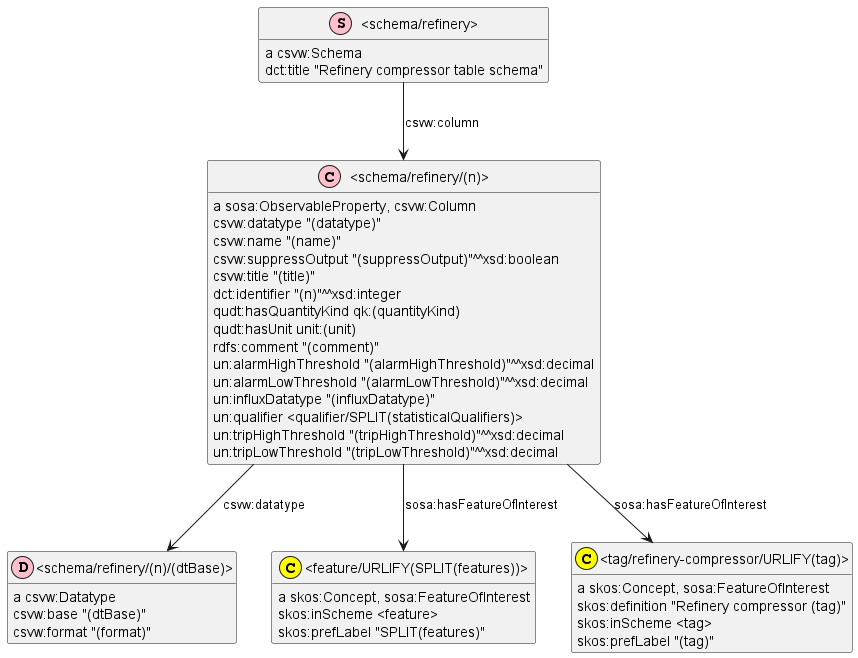
Before: schema-refinery.png, a diagram exported from PlantUML (underpin-project/model).
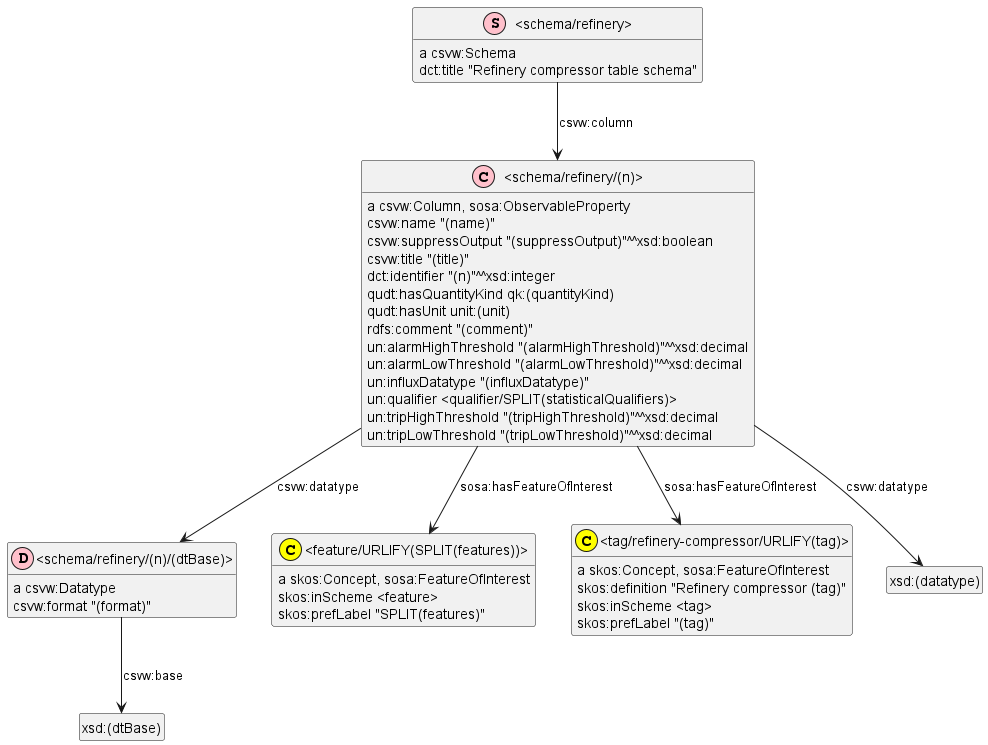
Above is the later version.

What changed in the source:
```diff
@@ -20,21 +20,12 @@
 _schema_refinery_ : {field} a csvw:Schema
 _schema_refinery_ -down-> _schema_refinery_n_ : csvw:column
 _schema_refinery_ : {field} dct:title "Refinery compressor table schema"
-_schema_refinery_n_dtBase_ : {field} a csvw:Datatype
-_schema_refinery_n_dtBase_ : {field} csvw:base "(dtBase)"
-_schema_refinery_n_dtBase_ : {field} csvw:format "(format)"
-_tag_refinery_compressor_URLIFY_tag_ : {field} a skos:Concept, sosa:FeatureOfInterest
-_tag_refinery_compressor_URLIFY_tag_ : {field} skos:definition "Refinery compressor (tag)"
-_tag_refinery_compressor_URLIFY_tag_ : {field} skos:inScheme <tag>
-_tag_refinery_compressor_URLIFY_tag_ : {field} skos:prefLabel "(tag)"
-_feature_URLIFY_SPLIT_features_ : {field} a skos:Concept, sosa:FeatureOfInterest
-_feature_URLIFY_SPLIT_features_ : {field} skos:inScheme <feature>
-_feature_URLIFY_SPLIT_features_ : {field} skos:prefLabel "SPLIT(features)"
-_schema_refinery_n_ : {field} a sosa:ObservableProperty, csvw:Column
+_schema_refinery_n_ : {field} a csvw:Column, sosa:ObservableProperty
+class xsd_datatype_ as "xsd:(datatype)"
+_schema_refinery_n_ -down-> xsd_datatype_ : csvw:datatype
+_schema_refinery_n_ -down-> _tag_refinery_compressor_URLIFY_tag_ : sosa:hasFeatureOfInterest
+_schema_refinery_n_ -down-> _feature_URLIFY_SPLIT_features_ : sosa:hasFeatureOfInterest
 _schema_refinery_n_ -down-> _schema_refinery_n_dtBase_ : csvw:datatype
-_schema_refinery_n_ -down-> _feature_URLIFY_SPLIT_features_ : sosa:hasFeatureOfInterest
-_schema_refinery_n_ -down-> _tag_refinery_compressor_URLIFY_tag_ : sosa:hasFeatureOfInterest
-_schema_refinery_n_ : {field} csvw:datatype "(datatype)"
 _schema_refinery_n_ : {field} csvw:name "(name)"
 _schema_refinery_n_ : {field} csvw:suppressOutput "(suppressOutput)"^^xsd:boolean
 _schema_refinery_n_ : {field} csvw:title "(title)"
@@ -48,4 +39,15 @@
 _schema_refinery_n_ : {field} un:qualifier <qualifier/SPLIT(statisticalQualifiers)>
 _schema_refinery_n_ : {field} un:tripHighThreshold "(tripHighThreshold)"^^xsd:decimal
 _schema_refinery_n_ : {field} un:tripLowThreshold "(tripLowThreshold)"^^xsd:decimal
+_schema_refinery_n_dtBase_ : {field} a csvw:Datatype
+class xsd_dtBase_ as "xsd:(dtBase)"
+_schema_refinery_n_dtBase_ -down-> xsd_dtBase_ : csvw:base
+_schema_refinery_n_dtBase_ : {field} csvw:format "(format)"
+_feature_URLIFY_SPLIT_features_ : {field} a skos:Concept, sosa:FeatureOfInterest
+_feature_URLIFY_SPLIT_features_ : {field} skos:inScheme <feature>
+_feature_URLIFY_SPLIT_features_ : {field} skos:prefLabel "SPLIT(features)"
+_tag_refinery_compressor_URLIFY_tag_ : {field} a skos:Concept, sosa:FeatureOfInterest
+_tag_refinery_compressor_URLIFY_tag_ : {field} skos:definition "Refinery compressor (tag)"
+_tag_refinery_compressor_URLIFY_tag_ : {field} skos:inScheme <tag>
+_tag_refinery_compressor_URLIFY_tag_ : {field} skos:prefLabel "(tag)"
 @enduml
```
